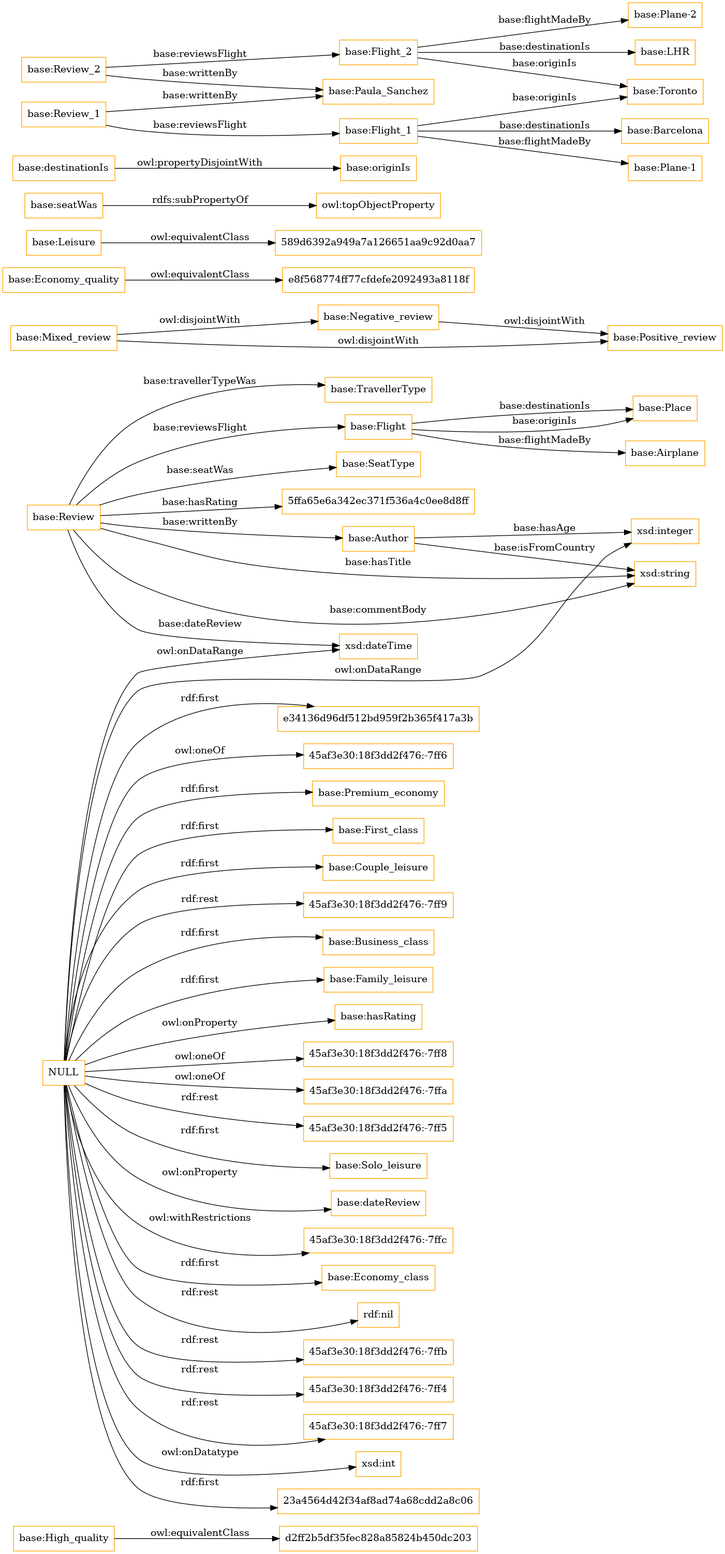
The Graphviz diagram OnToology/ontology.ttl/diagrams/ar2dtool-class/ontology.ttl.png in MigueldSPallares/FlightReviews, before a commit. Its source is kept beside it as OnToology/ontology.ttl/diagrams/ar2dtool-class/ontology.ttl.png.dot.
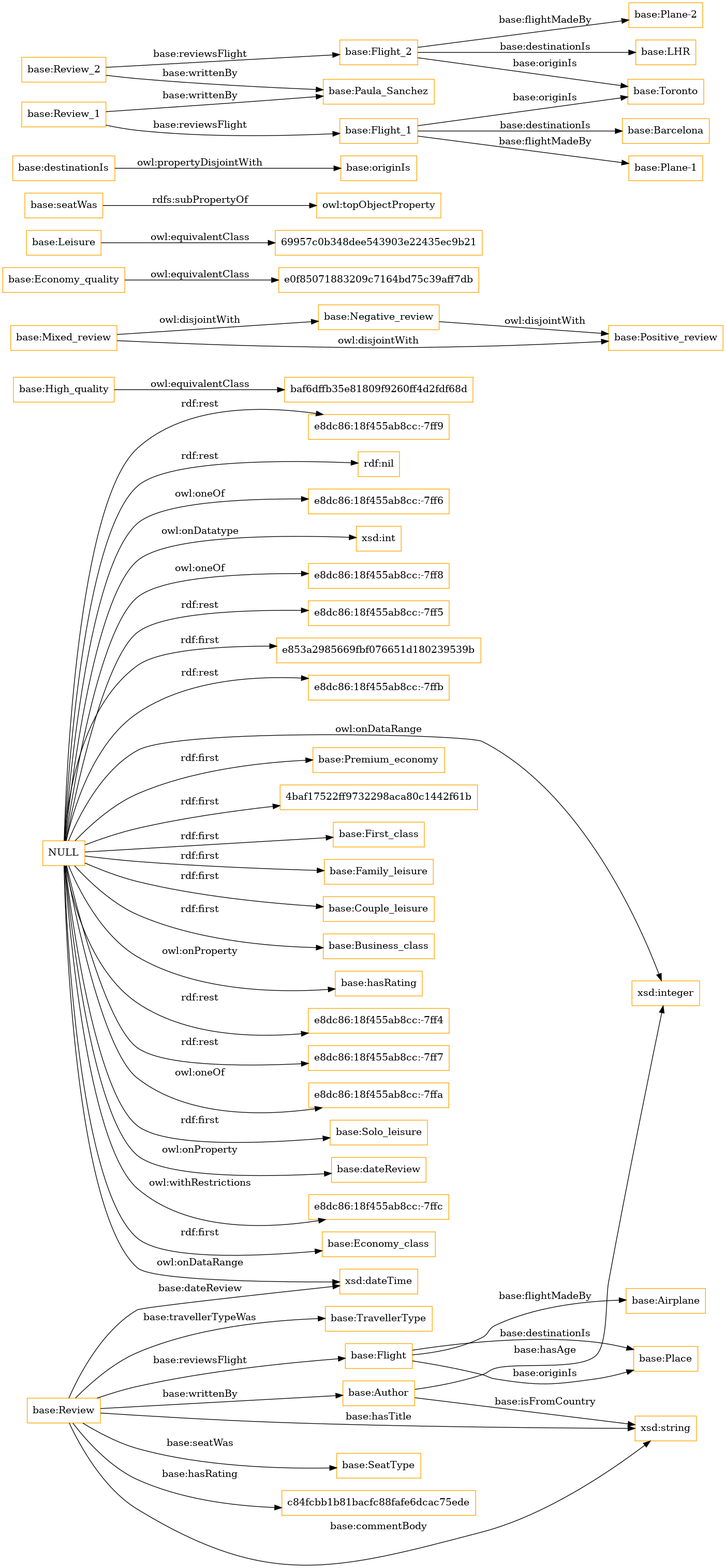
After the commit.

Change to the diagram source:
```diff
@@ -1,31 +1,31 @@
 digraph ar2dtool_diagram {
 rankdir=LR;
 size="1501"
-node [shape = rectangle, color="orange"]; "d2ff2b5df35fec828a85824b450dc203" "base:TravellerType" "base:Place" "base:Flight" "base:Negative_review" "base:Author" "base:Economy_quality" "base:SeatType" "base:Mixed_review" "589d6392a949a7a126651aa9c92d0aa7" "base:Leisure" "base:Review" "base:High_quality" "base:Positive_review" "base:Airplane" "e8f568774ff77cfdefe2092493a8118f" ; /*classes style*/
+node [shape = rectangle, color="orange"]; "base:TravellerType" "base:Place" "base:Flight" "baf6dffb35e81809f9260ff4d2fdf68d" "base:Negative_review" "base:Author" "base:Economy_quality" "e0f85071883209c7164bd75c39aff7db" "base:SeatType" "base:Mixed_review" "base:Leisure" "base:Review" "base:High_quality" "69957c0b348dee543903e22435ec9b21" "base:Positive_review" "base:Airplane" ; /*classes style*/
 	"NULL" -> "base:Premium_economy" [ label = "rdf:first" ];
+	"NULL" -> "4baf17522ff9732298aca80c1442f61b" [ label = "rdf:first" ];
 	"NULL" -> "base:First_class" [ label = "rdf:first" ];
+	"NULL" -> "base:Family_leisure" [ label = "rdf:first" ];
 	"NULL" -> "base:Couple_leisure" [ label = "rdf:first" ];
-	"NULL" -> "45af3e30:18f3dd2f476:-7ff9" [ label = "rdf:rest" ];
 	"NULL" -> "base:Business_class" [ label = "rdf:first" ];
-	"NULL" -> "base:Family_leisure" [ label = "rdf:first" ];
 	"NULL" -> "base:hasRating" [ label = "owl:onProperty" ];
+	"NULL" -> "xsd:dateTime" [ label = "owl:onDataRange" ];
 	"NULL" -> "xsd:integer" [ label = "owl:onDataRange" ];
-	"NULL" -> "45af3e30:18f3dd2f476:-7ff8" [ label = "owl:oneOf" ];
-	"NULL" -> "xsd:dateTime" [ label = "owl:onDataRange" ];
-	"NULL" -> "45af3e30:18f3dd2f476:-7ffa" [ label = "owl:oneOf" ];
-	"NULL" -> "45af3e30:18f3dd2f476:-7ff5" [ label = "rdf:rest" ];
+	"NULL" -> "e8dc86:18f455ab8cc:-7ff4" [ label = "rdf:rest" ];
+	"NULL" -> "e8dc86:18f455ab8cc:-7ff7" [ label = "rdf:rest" ];
+	"NULL" -> "e8dc86:18f455ab8cc:-7ffa" [ label = "owl:oneOf" ];
 	"NULL" -> "base:Solo_leisure" [ label = "rdf:first" ];
 	"NULL" -> "base:dateReview" [ label = "owl:onProperty" ];
-	"NULL" -> "45af3e30:18f3dd2f476:-7ffc" [ label = "owl:withRestrictions" ];
+	"NULL" -> "e8dc86:18f455ab8cc:-7ffc" [ label = "owl:withRestrictions" ];
 	"NULL" -> "base:Economy_class" [ label = "rdf:first" ];
+	"NULL" -> "e8dc86:18f455ab8cc:-7ff9" [ label = "rdf:rest" ];
 	"NULL" -> "rdf:nil" [ label = "rdf:rest" ];
-	"NULL" -> "45af3e30:18f3dd2f476:-7ffb" [ label = "rdf:rest" ];
-	"NULL" -> "45af3e30:18f3dd2f476:-7ff4" [ label = "rdf:rest" ];
-	"NULL" -> "45af3e30:18f3dd2f476:-7ff7" [ label = "rdf:rest" ];
+	"NULL" -> "e8dc86:18f455ab8cc:-7ff6" [ label = "owl:oneOf" ];
 	"NULL" -> "xsd:int" [ label = "owl:onDatatype" ];
-	"NULL" -> "23a4564d42f34af8ad74a68cdd2a8c06" [ label = "rdf:first" ];
-	"NULL" -> "e34136d96df512bd959f2b365f417a3b" [ label = "rdf:first" ];
-	"NULL" -> "45af3e30:18f3dd2f476:-7ff6" [ label = "owl:oneOf" ];
+	"NULL" -> "e8dc86:18f455ab8cc:-7ff8" [ label = "owl:oneOf" ];
+	"NULL" -> "e8dc86:18f455ab8cc:-7ff5" [ label = "rdf:rest" ];
+	"NULL" -> "e853a2985669fbf076651d180239539b" [ label = "rdf:first" ];
+	"NULL" -> "e8dc86:18f455ab8cc:-7ffb" [ label = "rdf:rest" ];
 	"base:seatWas" -> "owl:topObjectProperty" [ label = "rdfs:subPropertyOf" ];
 	"base:destinationIs" -> "base:originIs" [ label = "owl:propertyDisjointWith" ];
 	"base:Review_2" -> "base:Paula_Sanchez" [ label = "base:writtenBy" ];
@@ -33,14 +33,14 @@
 	"base:Flight_2" -> "base:Toronto" [ label = "base:originIs" ];
 	"base:Flight_2" -> "base:Plane-2" [ label = "base:flightMadeBy" ];
 	"base:Flight_2" -> "base:LHR" [ label = "base:destinationIs" ];
-	"base:Economy_quality" -> "e8f568774ff77cfdefe2092493a8118f" [ label = "owl:equivalentClass" ];
+	"base:Economy_quality" -> "e0f85071883209c7164bd75c39aff7db" [ label = "owl:equivalentClass" ];
 	"base:Review_1" -> "base:Paula_Sanchez" [ label = "base:writtenBy" ];
 	"base:Review_1" -> "base:Flight_1" [ label = "base:reviewsFlight" ];
-	"base:High_quality" -> "d2ff2b5df35fec828a85824b450dc203" [ label = "owl:equivalentClass" ];
+	"base:High_quality" -> "baf6dffb35e81809f9260ff4d2fdf68d" [ label = "owl:equivalentClass" ];
 	"base:Flight_1" -> "base:Toronto" [ label = "base:originIs" ];
 	"base:Flight_1" -> "base:Plane-1" [ label = "base:flightMadeBy" ];
 	"base:Flight_1" -> "base:Barcelona" [ label = "base:destinationIs" ];
-	"base:Leisure" -> "589d6392a949a7a126651aa9c92d0aa7" [ label = "owl:equivalentClass" ];
+	"base:Leisure" -> "69957c0b348dee543903e22435ec9b21" [ label = "owl:equivalentClass" ];
 	"base:Mixed_review" -> "base:Positive_review" [ label = "owl:disjointWith" ];
 	"base:Mixed_review" -> "base:Negative_review" [ label = "owl:disjointWith" ];
 	"base:Negative_review" -> "base:Positive_review" [ label = "owl:disjointWith" ];
@@ -49,7 +49,7 @@
 	"base:Review" -> "base:TravellerType" [ label = "base:travellerTypeWas" ];
 	"base:Review" -> "base:Flight" [ label = "base:reviewsFlight" ];
 	"base:Review" -> "xsd:string" [ label = "base:commentBody" ];
-	"base:Review" -> "5ffa65e6a342ec371f536a4c0ee8d8ff" [ label = "base:hasRating" ];
+	"base:Review" -> "c84fcbb1b81bacfc88fafe6dcac75ede" [ label = "base:hasRating" ];
 	"base:Flight" -> "base:Place" [ label = "base:originIs" ];
 	"base:Review" -> "base:SeatType" [ label = "base:seatWas" ];
 	"base:Flight" -> "base:Place" [ label = "base:destinationIs" ];
```
